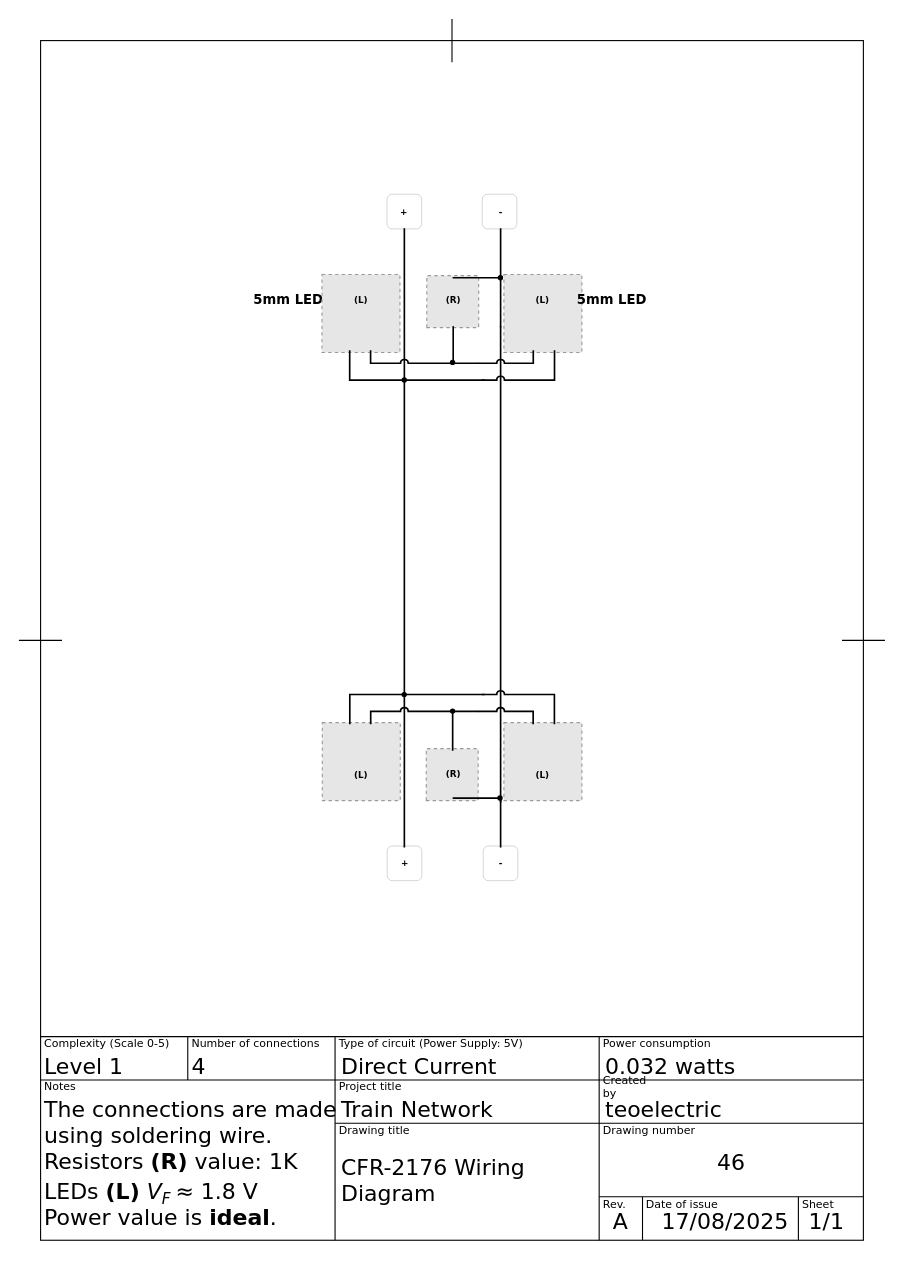
teodormorosanu/Electronic-Projects keeps this draw.io diagram as Projects/TrainNetwork/RollingStock/Wagons/CFR-2176/Design/WiringDiagram/DRAWIO/CFR-2176_Wiring_Diagram.drawio. Above is the earlier version. Source tidied: cells renumbered, new cells numbered last; positions are measured from the earlier drawing's top-left corner, leaving out a move shared by most shapes. Both pictures are drawn from the tidied source at 110%, with x=0, y=0 at pixel (19, 19). Pictures stored in the file or linked from it are replaced by grey dashed boxes.
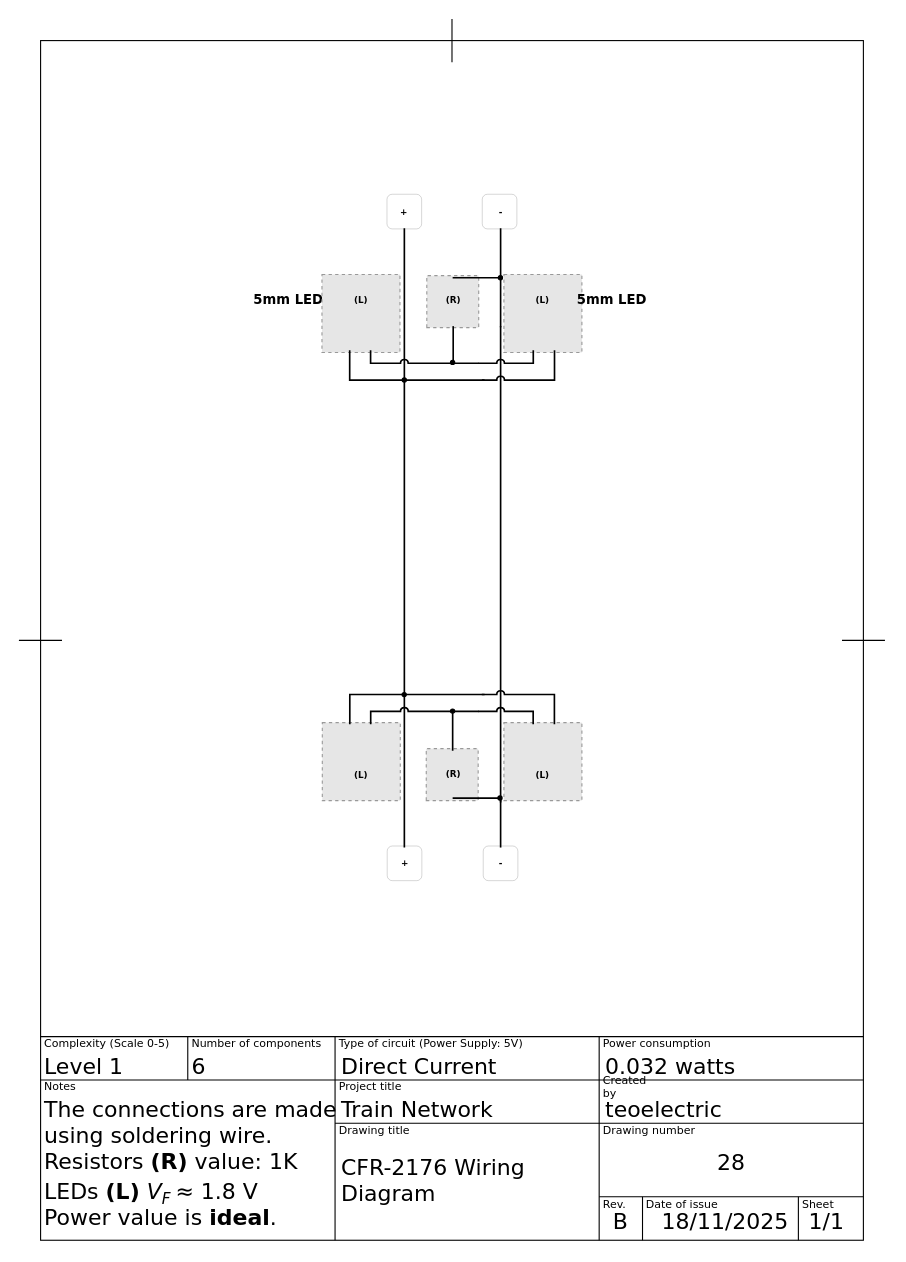
The same page after the edit.

What changed in the source:
```diff
@@
-    <mxCell id="16" value="&lt;font style=&quot;font-size: 10px;&quot;&gt;Number of connections&lt;/font&gt;" style="text;html=1;align=left;verticalAlign=middle;whiteSpace=wrap;rounded=0;fontStyle=0;fontFamily=Verdana;fontSize=10;" parent="1" vertex="1">
+    <mxCell id="16" value="&lt;font style=&quot;font-size: 10px;&quot;&gt;Number of components&lt;/font&gt;" style="text;html=1;align=left;verticalAlign=middle;whiteSpace=wrap;rounded=0;fontStyle=0;fontFamily=Verdana;fontSize=10;" parent="1" vertex="1">
       <mxGeometry x="155.2" y="924.9" width="126" height="12.3" as="geometry" />
     </mxCell>
@@
-    <mxCell id="28" value="&lt;font style=&quot;font-size: 20px; font-weight: normal;&quot;&gt;4&lt;/font&gt;" style="text;html=1;align=left;verticalAlign=middle;whiteSpace=wrap;rounded=0;fillColor=none;fontStyle=1;fontFamily=Verdana;" parent="1" vertex="1">
+    <mxCell id="28" value="&lt;font style=&quot;font-size: 20px; font-weight: normal;&quot;&gt;6&lt;/font&gt;" style="text;html=1;align=left;verticalAlign=middle;whiteSpace=wrap;rounded=0;fillColor=none;fontStyle=1;fontFamily=Verdana;" parent="1" vertex="1">
       <mxGeometry x="155.2" y="944.6" width="133.8" height="12.3" as="geometry" />
     </mxCell>
@@
-    <mxCell id="33" value="&lt;span style=&quot;font-size: 20px; font-weight: 400;&quot;&gt;46&lt;/span&gt;" style="text;html=1;align=center;verticalAlign=middle;whiteSpace=wrap;rounded=0;fillColor=none;fontStyle=1;fontFamily=Verdana;" parent="1" vertex="1">
+    <mxCell id="33" value="&lt;span style=&quot;font-size: 20px; font-weight: 400;&quot;&gt;28&lt;/span&gt;" style="text;html=1;align=center;verticalAlign=middle;whiteSpace=wrap;rounded=0;fillColor=none;fontStyle=1;fontFamily=Verdana;" parent="1" vertex="1">
       <mxGeometry x="537.1" y="1033.2" width="220.5" height="12.3" as="geometry" />
     </mxCell>
@@
-    <mxCell id="36" value="&lt;font style=&quot;font-size: 20px; font-weight: normal;&quot;&gt;17/08/2025&lt;/font&gt;" style="text;html=1;align=center;verticalAlign=middle;whiteSpace=wrap;rounded=0;fillColor=none;fontStyle=1;fontFamily=Verdana;" parent="1" vertex="1">
+    <mxCell id="36" value="&lt;font style=&quot;font-size: 20px; font-weight: normal;&quot;&gt;18/11/2025&lt;/font&gt;" style="text;html=1;align=center;verticalAlign=middle;whiteSpace=wrap;rounded=0;fillColor=none;fontStyle=1;fontFamily=Verdana;" parent="1" vertex="1">
       <mxGeometry x="631.6" y="1086.3" width="19.7" height="12.3" as="geometry" />
     </mxCell>
-    <mxCell id="37" value="&lt;font style=&quot;font-size: 20px; font-weight: normal;&quot;&gt;A&lt;/font&gt;" style="text;html=1;align=center;verticalAlign=middle;whiteSpace=wrap;rounded=0;fillColor=none;fontStyle=1;fontFamily=Verdana;" parent="1" vertex="1">
+    <mxCell id="37" value="&lt;font style=&quot;font-size: 20px; font-weight: normal;&quot;&gt;B&lt;/font&gt;" style="text;html=1;align=center;verticalAlign=middle;whiteSpace=wrap;rounded=0;fillColor=none;fontStyle=1;fontFamily=Verdana;" parent="1" vertex="1">
       <mxGeometry x="537.1" y="1086.3" width="19.7" height="12.3" as="geometry" />
     </mxCell>
```
